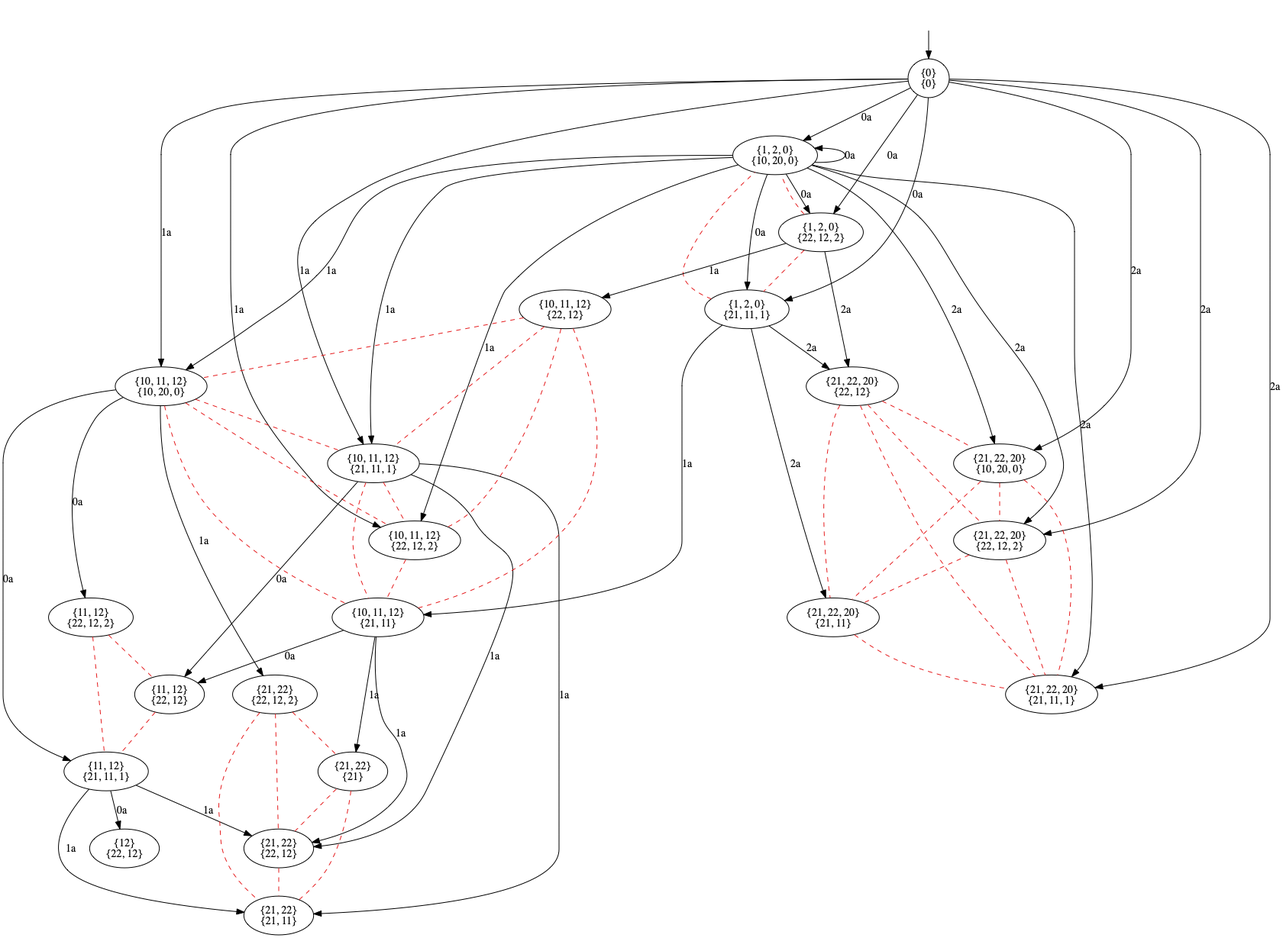
Before: pictures/GK0.png, a diagram exported from Graphviz (olandr/mkbsc). Its source is kept beside it as pictures/GK0.dot.
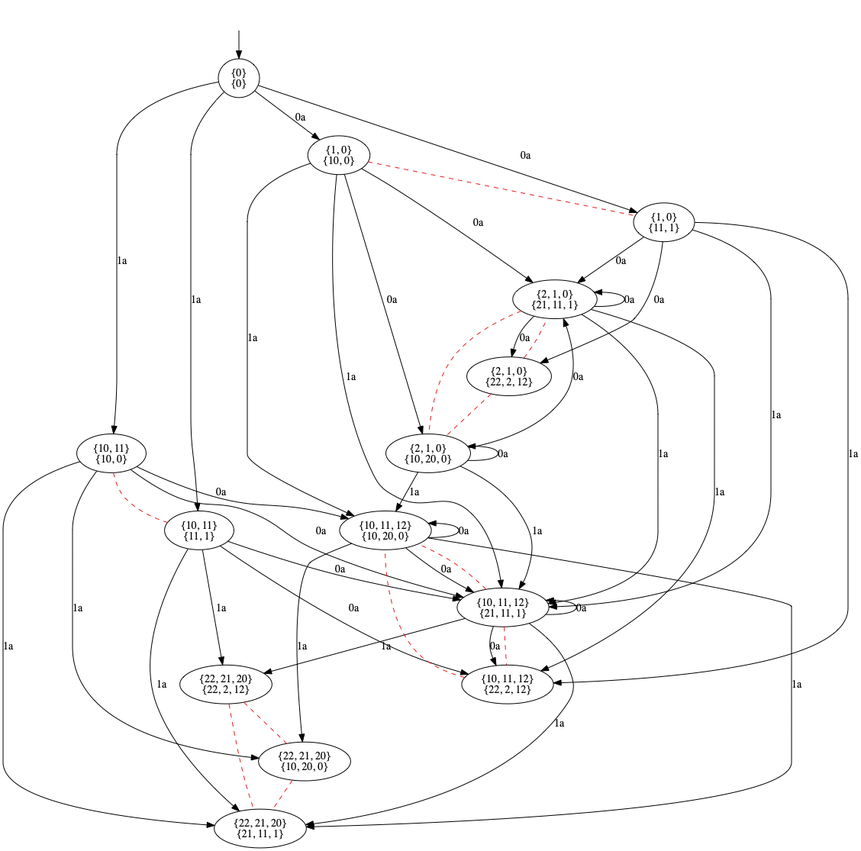
Above is the later version.

What changed in the source:
```diff
@@ -3,95 +3,67 @@
 nodesep=0.5;
 ranksep=0.5;
 splines=True;
-4645279784 [label="{0}\n{0}"];
-4645281128 [label="{1, 2, 0}\n{10, 20, 0}"];
-4645281408 [label="{10, 11, 12}\n{10, 20, 0}"];
-4645280568 [label="{21, 22, 20}\n{10, 20, 0}"];
-4645281744 [label="{1, 2, 0}\n{21, 11, 1}"];
-4645280512 [label="{10, 11, 12}\n{21, 11, 1}"];
-4645280736 [label="{21, 22, 20}\n{21, 11, 1}"];
-4645279840 [label="{1, 2, 0}\n{22, 12, 2}"];
-4645279504 [label="{10, 11, 12}\n{22, 12, 2}"];
-4645280624 [label="{21, 22, 20}\n{22, 12, 2}"];
-4645250552 [label="{11, 12}\n{21, 11, 1}"];
-4645249712 [label="{11, 12}\n{22, 12, 2}"];
-4645250832 [label="{21, 22}\n{22, 12, 2}"];
-4645250944 [label="{10, 11, 12}\n{21, 11}"];
-4645251504 [label="{21, 22, 20}\n{21, 11}"];
-4645251616 [label="{21, 22, 20}\n{22, 12}"];
-4645251168 [label="{21, 22}\n{21, 11}"];
-4645251896 [label="{11, 12}\n{22, 12}"];
-4645251784 [label="{21, 22}\n{22, 12}"];
-4645252120 [label="{10, 11, 12}\n{22, 12}"];
-4645251672 [label="{12}\n{22, 12}"];
-4645252512 [label="{21, 22}\n{21}"];
+4595096320 [label="{0}\n{0}"];
+4595096208 [label="{1, 0}\n{10, 0}"];
+4595093688 [label="{10, 11}\n{10, 0}"];
+4595097384 [label="{1, 0}\n{11, 1}"];
+4595280080 [label="{10, 11}\n{11, 1}"];
+4595278176 [label="{2, 1, 0}\n{10, 20, 0}"];
+4595278064 [label="{10, 11, 12}\n{10, 20, 0}"];
+4595281704 [label="{2, 1, 0}\n{21, 11, 1}"];
+4595280416 [label="{10, 11, 12}\n{21, 11, 1}"];
+4595237328 [label="{22, 21, 20}\n{10, 20, 0}"];
+4595237608 [label="{22, 21, 20}\n{21, 11, 1}"];
+4595238784 [label="{2, 1, 0}\n{22, 2, 12}"];
+4595238896 [label="{10, 11, 12}\n{22, 2, 12}"];
+4595239232 [label="{22, 21, 20}\n{22, 2, 12}"];
 hidden [label="", shape=none];
-4645279784 -> 4645281128  [action="('0a',)", key="('0a',)", label="0a"];
-4645279784 -> 4645281408  [action="('1a',)", key="('1a',)", label="1a"];
-4645279784 -> 4645280568  [action="('2a',)", key="('2a',)", label="2a"];
-4645279784 -> 4645281744  [action="('0a',)", key="('0a',)", label="0a"];
-4645279784 -> 4645280512  [action="('1a',)", key="('1a',)", label="1a"];
-4645279784 -> 4645280736  [action="('2a',)", key="('2a',)", label="2a"];
-4645279784 -> 4645279840  [action="('0a',)", key="('0a',)", label="0a"];
-4645279784 -> 4645279504  [action="('1a',)", key="('1a',)", label="1a"];
-4645279784 -> 4645280624  [action="('2a',)", key="('2a',)", label="2a"];
-4645281128 -> 4645281128  [action="('0a',)", dir=back, key="('0a',)", label="0a"];
-4645281128 -> 4645281408  [action="('1a',)", key="('1a',)", label="1a"];
-4645281128 -> 4645280568  [action="('2a',)", key="('2a',)", label="2a"];
-4645281128 -> 4645281744  [action="('0a',)", key="('0a',)", label="0a"];
-4645281128 -> 4645280512  [action="('1a',)", key="('1a',)", label="1a"];
-4645281128 -> 4645280736  [action="('2a',)", key="('2a',)", label="2a"];
-4645281128 -> 4645279840  [action="('0a',)", key="('0a',)", label="0a"];
-4645281128 -> 4645279504  [action="('1a',)", key="('1a',)", label="1a"];
-4645281128 -> 4645280624  [action="('2a',)", key="('2a',)", label="2a"];
-4645281408 -> 4645250552  [action="('0a',)", key="('0a',)", label="0a"];
-4645281408 -> 4645249712  [action="('0a',)", key="('0a',)", label="0a"];
-4645281408 -> 4645250832  [action="('1a',)", key="('1a',)", label="1a"];
-4645281408 -> 4645280512  [arrowhead=none, color=1, colorscheme=set19, constraint=True, key=0, label="", style=dashed];
-4645281408 -> 4645279504  [arrowhead=none, color=1, colorscheme=set19, constraint=True, key=0, label="", style=dashed];
-4645281408 -> 4645250944  [arrowhead=none, color=1, colorscheme=set19, constraint=True, key=0, label="", style=dashed];
-4645280568 -> 4645280624  [arrowhead=none, color=1, colorscheme=set19, constraint=True, key=0, label="", style=dashed];
-4645280568 -> 4645251504  [arrowhead=none, color=1, colorscheme=set19, constraint=True, key=0, label="", style=dashed];
-4645280568 -> 4645280736  [arrowhead=none, color=1, colorscheme=set19, constraint=True, key=0, label="", style=dashed];
-4645281744 -> 4645250944  [action="('1a',)", key="('1a',)", label="1a"];
-4645281744 -> 4645251504  [action="('2a',)", key="('2a',)", label="2a"];
-4645281744 -> 4645251616  [action="('2a',)", key="('2a',)", label="2a"];
-4645281744 -> 4645281128  [arrowhead=none, color=1, colorscheme=set19, constraint=True, key=0, label="", style=dashed];
-4645280512 -> 4645251168  [action="('1a',)", key="('1a',)", label="1a"];
-4645280512 -> 4645251896  [action="('0a',)", key="('0a',)", label="0a"];
-4645280512 -> 4645251784  [action="('1a',)", key="('1a',)", label="1a"];
-4645280512 -> 4645279504  [arrowhead=none, color=1, colorscheme=set19, constraint=True, key=0, label="", style=dashed];
-4645280512 -> 4645250944  [arrowhead=none, color=1, colorscheme=set19, constraint=True, key=0, label="", style=dashed];
-4645279840 -> 4645252120  [action="('1a',)", key="('1a',)", label="1a"];
-4645279840 -> 4645251616  [action="('2a',)", key="('2a',)", label="2a"];
-4645279840 -> 4645281744  [arrowhead=none, color=1, colorscheme=set19, constraint=True, key=0, label="", style=dashed];
-4645279840 -> 4645281128  [arrowhead=none, color=1, colorscheme=set19, constraint=True, key=0, label="", style=dashed];
-4645279504 -> 4645250944  [arrowhead=none, color=1, colorscheme=set19, constraint=True, key=0, label="", style=dashed];
-4645280624 -> 4645251504  [arrowhead=none, color=1, colorscheme=set19, constraint=True, key=0, label="", style=dashed];
-4645280624 -> 4645280736  [arrowhead=none, color=1, colorscheme=set19, constraint=True, key=0, label="", style=dashed];
-4645250552 -> 4645251168  [action="('1a',)", key="('1a',)", label="1a"];
-4645250552 -> 4645251672  [action="('0a',)", key="('0a',)", label="0a"];
-4645250552 -> 4645251784  [action="('1a',)", key="('1a',)", label="1a"];
-4645249712 -> 4645251896  [arrowhead=none, color=1, colorscheme=set19, constraint=True, key=0, label="", style=dashed];
-4645249712 -> 4645250552  [arrowhead=none, color=1, colorscheme=set19, constraint=True, key=0, label="", style=dashed];
-4645250832 -> 4645252512  [arrowhead=none, color=1, colorscheme=set19, constraint=True, key=0, label="", style=dashed];
-4645250832 -> 4645251784  [arrowhead=none, color=1, colorscheme=set19, constraint=True, key=0, label="", style=dashed];
-4645250832 -> 4645251168  [arrowhead=none, color=1, colorscheme=set19, constraint=True, key=0, label="", style=dashed];
-4645250944 -> 4645252512  [action="('1a',)", key="('1a',)", label="1a"];
-4645250944 -> 4645251896  [action="('0a',)", key="('0a',)", label="0a"];
-4645250944 -> 4645251784  [action="('1a',)", key="('1a',)", label="1a"];
-4645251504 -> 4645280736  [arrowhead=none, color=1, colorscheme=set19, constraint=True, key=0, label="", style=dashed];
-4645251616 -> 4645280568  [arrowhead=none, color=1, colorscheme=set19, constraint=True, key=0, label="", style=dashed];
-4645251616 -> 4645280624  [arrowhead=none, color=1, colorscheme=set19, constraint=True, key=0, label="", style=dashed];
-4645251616 -> 4645251504  [arrowhead=none, color=1, colorscheme=set19, constraint=True, key=0, label="", style=dashed];
-4645251616 -> 4645280736  [arrowhead=none, color=1, colorscheme=set19, constraint=True, key=0, label="", style=dashed];
-4645251896 -> 4645250552  [arrowhead=none, color=1, colorscheme=set19, constraint=True, key=0, label="", style=dashed];
-4645251784 -> 4645251168  [arrowhead=none, color=1, colorscheme=set19, constraint=True, key=0, label="", style=dashed];
-4645252120 -> 4645281408  [arrowhead=none, color=1, colorscheme=set19, constraint=True, key=0, label="", style=dashed];
-4645252120 -> 4645280512  [arrowhead=none, color=1, colorscheme=set19, constraint=True, key=0, label="", style=dashed];
-4645252120 -> 4645279504  [arrowhead=none, color=1, colorscheme=set19, constraint=True, key=0, label="", style=dashed];
-4645252120 -> 4645250944  [arrowhead=none, color=1, colorscheme=set19, constraint=True, key=0, label="", style=dashed];
-4645252512 -> 4645251784  [arrowhead=none, color=1, colorscheme=set19, constraint=True, key=0, label="", style=dashed];
-4645252512 -> 4645251168  [arrowhead=none, color=1, colorscheme=set19, constraint=True, key=0, label="", style=dashed];
-hidden -> 4645279784  [key=0];
+4595096320 -> 4595096208  [action="('0a',)", key="('0a',)", label="0a"];
+4595096320 -> 4595093688  [action="('1a',)", key="('1a',)", label="1a"];
+4595096320 -> 4595097384  [action="('0a',)", key="('0a',)", label="0a"];
+4595096320 -> 4595280080  [action="('1a',)", key="('1a',)", label="1a"];
+4595096208 -> 4595278176  [action="('0a',)", key="('0a',)", label="0a"];
+4595096208 -> 4595278064  [action="('1a',)", key="('1a',)", label="1a"];
+4595096208 -> 4595281704  [action="('0a',)", key="('0a',)", label="0a"];
+4595096208 -> 4595280416  [action="('1a',)", key="('1a',)", label="1a"];
+4595096208 -> 4595097384  [arrowhead=none, color=1, colorscheme=set19, constraint=True, key=0, label="", style=dashed];
+4595093688 -> 4595278064  [action="('0a',)", key="('0a',)", label="0a"];
+4595093688 -> 4595237328  [action="('1a',)", key="('1a',)", label="1a"];
+4595093688 -> 4595280416  [action="('0a',)", key="('0a',)", label="0a"];
+4595093688 -> 4595237608  [action="('1a',)", key="('1a',)", label="1a"];
+4595093688 -> 4595280080  [arrowhead=none, color=1, colorscheme=set19, constraint=True, key=0, label="", style=dashed];
+4595097384 -> 4595281704  [action="('0a',)", key="('0a',)", label="0a"];
+4595097384 -> 4595280416  [action="('1a',)", key="('1a',)", label="1a"];
+4595097384 -> 4595238784  [action="('0a',)", key="('0a',)", label="0a"];
+4595097384 -> 4595238896  [action="('1a',)", key="('1a',)", label="1a"];
+4595280080 -> 4595280416  [action="('0a',)", key="('0a',)", label="0a"];
+4595280080 -> 4595237608  [action="('1a',)", key="('1a',)", label="1a"];
+4595280080 -> 4595238896  [action="('0a',)", key="('0a',)", label="0a"];
+4595280080 -> 4595239232  [action="('1a',)", key="('1a',)", label="1a"];
+4595278176 -> 4595278176  [action="('0a',)", dir=back, key="('0a',)", label="0a"];
+4595278176 -> 4595278064  [action="('1a',)", key="('1a',)", label="1a"];
+4595278176 -> 4595281704  [action="('0a',)", key="('0a',)", label="0a"];
+4595278176 -> 4595280416  [action="('1a',)", key="('1a',)", label="1a"];
+4595278064 -> 4595278064  [action="('0a',)", dir=back, key="('0a',)", label="0a"];
+4595278064 -> 4595237328  [action="('1a',)", key="('1a',)", label="1a"];
+4595278064 -> 4595280416  [action="('0a',)", key="('0a',)", label="0a"];
+4595278064 -> 4595237608  [action="('1a',)", key="('1a',)", label="1a"];
+4595281704 -> 4595281704  [action="('0a',)", dir=back, key="('0a',)", label="0a"];
+4595281704 -> 4595280416  [action="('1a',)", key="('1a',)", label="1a"];
+4595281704 -> 4595238784  [action="('0a',)", key="('0a',)", label="0a"];
+4595281704 -> 4595238896  [action="('1a',)", key="('1a',)", label="1a"];
+4595281704 -> 4595278176  [arrowhead=none, color=1, colorscheme=set19, constraint=True, key=0, label="", style=dashed];
+4595280416 -> 4595280416  [action="('0a',)", dir=back, key="('0a',)", label="0a"];
+4595280416 -> 4595237608  [action="('1a',)", key="('1a',)", label="1a"];
+4595280416 -> 4595238896  [action="('0a',)", key="('0a',)", label="0a"];
+4595280416 -> 4595238896  [arrowhead=none, color=1, colorscheme=set19, constraint=True, key=1, label="", style=dashed];
+4595280416 -> 4595239232  [action="('1a',)", key="('1a',)", label="1a"];
+4595280416 -> 4595278064  [arrowhead=none, color=1, colorscheme=set19, constraint=True, key=0, label="", style=dashed];
+4595237328 -> 4595237608  [arrowhead=none, color=1, colorscheme=set19, constraint=True, key=0, label="", style=dashed];
+4595238784 -> 4595281704  [arrowhead=none, color=1, colorscheme=set19, constraint=True, key=0, label="", style=dashed];
+4595238784 -> 4595278176  [arrowhead=none, color=1, colorscheme=set19, constraint=True, key=0, label="", style=dashed];
+4595238896 -> 4595278064  [arrowhead=none, color=1, colorscheme=set19, constraint=True, key=0, label="", style=dashed];
+4595239232 -> 4595237328  [arrowhead=none, color=1, colorscheme=set19, constraint=True, key=0, label="", style=dashed];
+4595239232 -> 4595237608  [arrowhead=none, color=1, colorscheme=set19, constraint=True, key=0, label="", style=dashed];
+hidden -> 4595096320  [key=0];
 }
```
